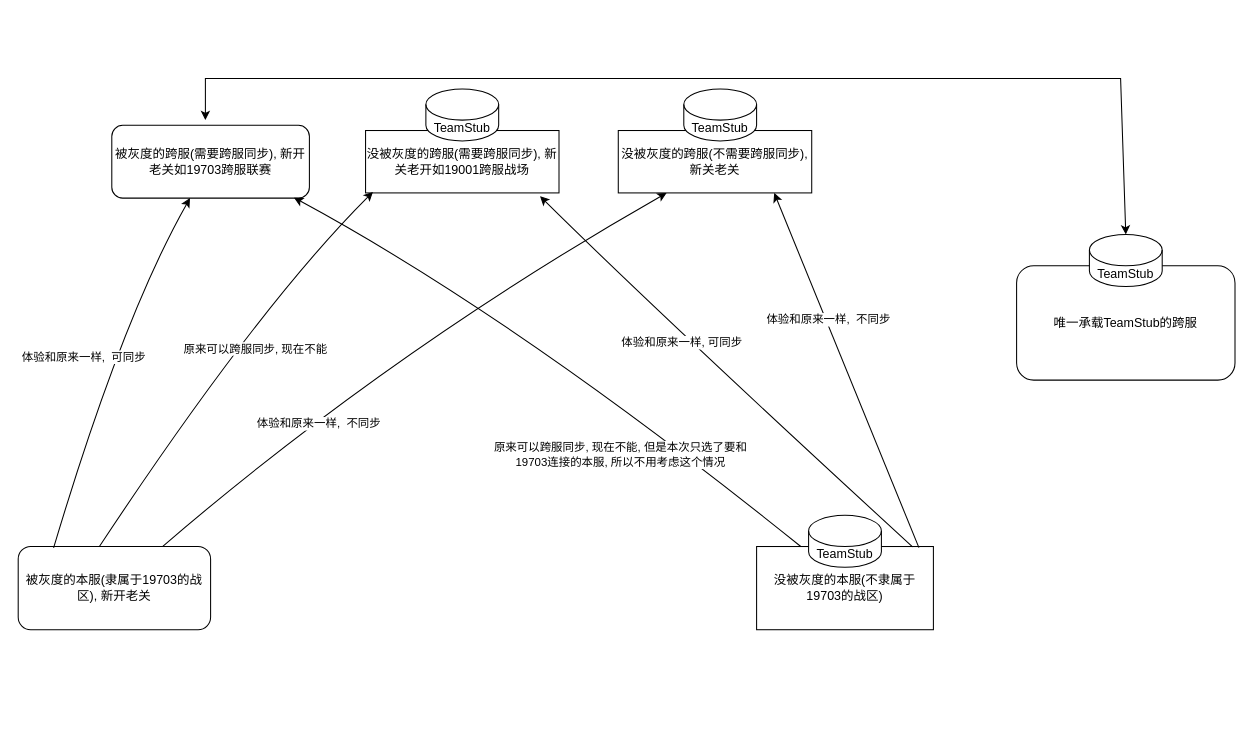
Earlier version of the draw.io diagram Untitled Diagram.drawio (no5ix/draw_io_stuff). Source tidied: cells renumbered, new cells numbered last; positions are measured from the earlier drawing's top-left corner, leaving out a move shared by most shapes. Both pictures are drawn from the tidied source at 104%, with x=0, y=0 at pixel (18, 78).
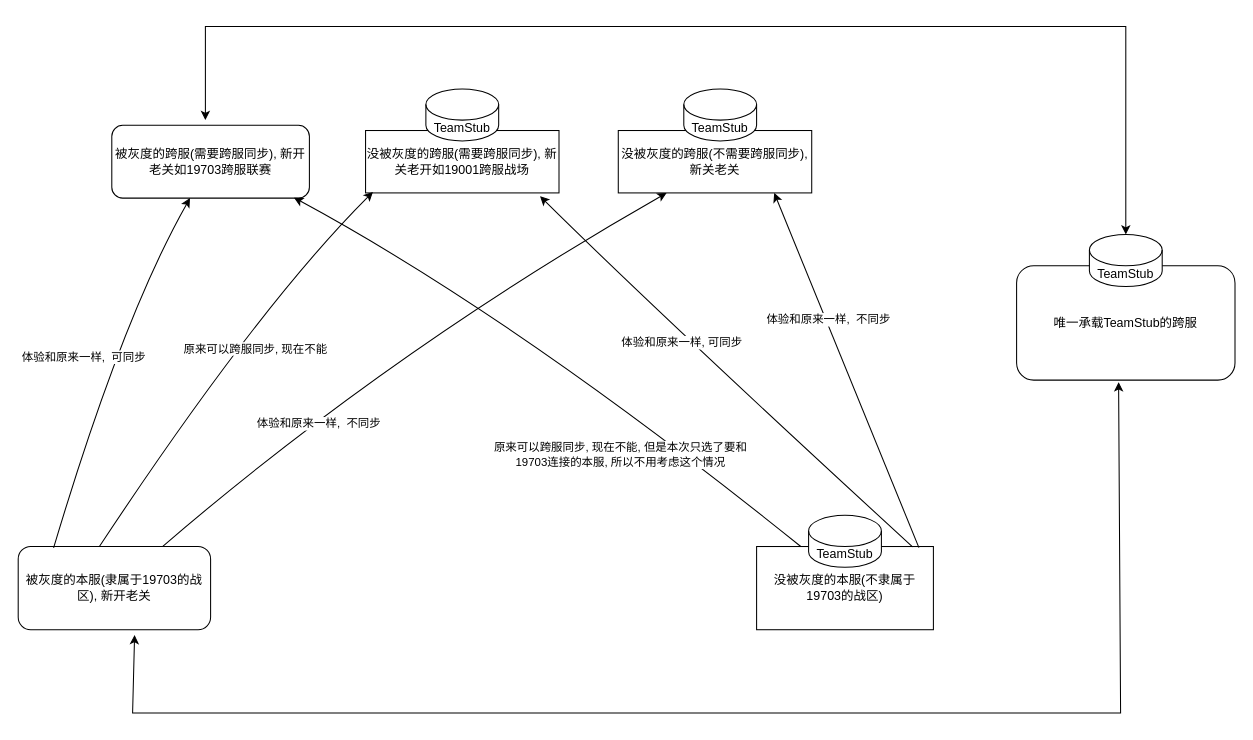
The same diagram, later.

The change refers to these unchanged cells:
```xml
<mxCell id="3" value="唯一承载TeamStub的跨服" style="rounded=1;whiteSpace=wrap;html=1;" parent="1" vertex="1">
  <mxGeometry x="960" y="180" width="210" height="110" as="geometry" />
</mxCell>
<mxCell id="4" value="被灰度的本服(隶属于19703的战区), 新开老关" style="rounded=1;whiteSpace=wrap;html=1;" parent="1" vertex="1">
  <mxGeometry y="450" width="185" height="80" as="geometry" />
</mxCell>
<mxCell id="23" value="TeamStub" style="shape=cylinder3;whiteSpace=wrap;html=1;boundedLbl=1;backgroundOutline=1;size=15;" parent="1" vertex="1">
  <mxGeometry x="1030" y="150" width="70" height="50" as="geometry" />
</mxCell>
```

Change to the diagram source:
```diff
@@
     <mxCell id="7" style="endArrow=classic;startArrow=classic;html=1;rounded=0;entryX=0.5;entryY=0;entryDx=0;entryDy=0;entryPerimeter=0;" parent="1" edge="1" target="23">
       <mxGeometry relative="1" as="geometry">
         <mxPoint x="180" y="40" as="sourcePoint" />
         <Array as="points">
-          <mxPoint x="180" />
-          <mxPoint x="770" />
-          <mxPoint x="1060" />
+          <mxPoint x="180" y="-50" />
+          <mxPoint x="780" y="-50" />
+          <mxPoint x="1065" y="-50" />
         </Array>
       </mxGeometry>
     </mxCell>
@@
+    <mxCell id="25" style="endArrow=classic;startArrow=classic;html=1;rounded=0;entryX=0.467;entryY=1.018;entryDx=0;entryDy=0;entryPerimeter=0;exitX=0.605;exitY=1.063;exitDx=0;exitDy=0;exitPerimeter=0;" parent="1" edge="1" source="4" target="3">
+      <mxGeometry relative="1" as="geometry">
+        <Array as="points">
+          <mxPoint x="110" y="610" />
+          <mxPoint x="1060" y="610" />
+        </Array>
+      </mxGeometry>
+    </mxCell>
```
